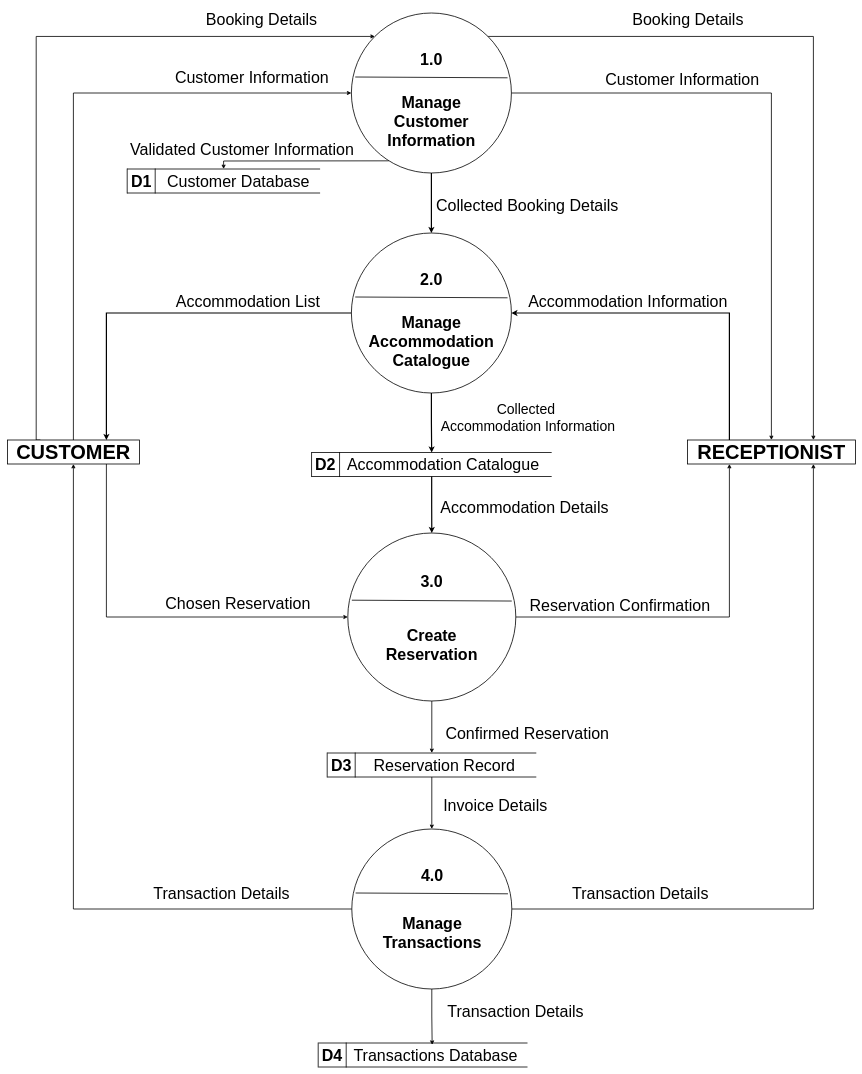
doyaoencab/draw.io keeps this draw.io diagram as CC13/TopLevelDiagram.drawio. Above is the earlier version. Source tidied: cells renumbered, new cells numbered last; positions are measured from the earlier drawing's top-left corner, leaving out a move shared by most shapes. Both pictures are drawn from the tidied source at 40%, with x=0, y=0 at pixel (7, 7).
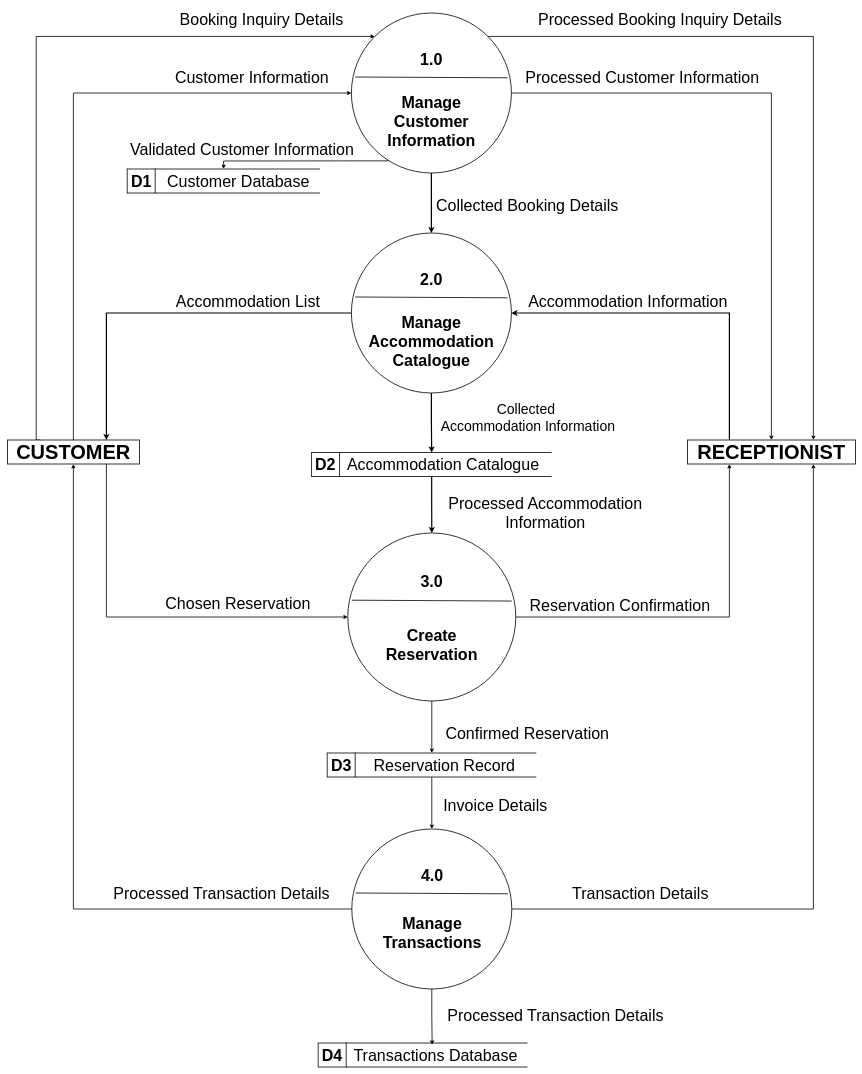
After the change.

What changed in the source:
```diff
@@
-    <mxCell id="45" value="&lt;font style=&quot;font-size: 40px;&quot;&gt;Booking Details&lt;/font&gt;" style="text;html=1;align=center;verticalAlign=middle;strokeColor=none;fillColor=none;" parent="1" vertex="1">
-      <mxGeometry x="485" width="300" height="60" as="geometry" />
+    <mxCell id="45" value="&lt;font style=&quot;font-size: 40px;&quot;&gt;Booking Inquiry Details&lt;/font&gt;" style="text;html=1;align=center;verticalAlign=middle;strokeColor=none;fillColor=none;" parent="1" vertex="1">
+      <mxGeometry x="420" width="430" height="60" as="geometry" />
     </mxCell>
@@
-    <mxCell id="47" value="&lt;font style=&quot;font-size: 40px;&quot;&gt;Booking Details&lt;/font&gt;" style="edgeLabel;html=1;align=center;verticalAlign=middle;fontSize=30;" parent="1" vertex="1">
-      <mxGeometry x="1700" y="30" as="geometry" />
+    <mxCell id="47" value="&lt;font style=&quot;font-size: 40px;&quot;&gt;Processed Booking Inquiry Details&lt;/font&gt;" style="edgeLabel;html=1;align=center;verticalAlign=middle;fontSize=30;" parent="1" vertex="1">
+      <mxGeometry x="1630" y="30" as="geometry" />
     </mxCell>
-    <mxCell id="48" value="&lt;font style=&quot;font-size: 40px;&quot;&gt;Customer Information&lt;/font&gt;" style="edgeLabel;html=1;align=center;verticalAlign=middle;fontSize=30;" parent="1" vertex="1">
-      <mxGeometry x="1700" y="145" as="geometry">
+    <mxCell id="48" value="&lt;font style=&quot;font-size: 40px;&quot;&gt;Processed Customer Information&lt;/font&gt;" style="edgeLabel;html=1;align=center;verticalAlign=middle;fontSize=30;" parent="1" vertex="1">
+      <mxGeometry x="1600" y="140" as="geometry">
         <mxPoint x="-14" y="34" as="offset" />
       </mxGeometry>
     </mxCell>
@@
-    <mxCell id="53" value="&lt;font&gt;Transaction Details&lt;/font&gt;" style="text;html=1;align=center;verticalAlign=middle;strokeColor=none;fillColor=none;fontSize=40;" parent="1" vertex="1">
-      <mxGeometry x="355" y="2186" width="360" height="60" as="geometry" />
+    <mxCell id="53" value="&lt;font&gt;Processed Transaction Details&lt;/font&gt;" style="text;html=1;align=center;verticalAlign=middle;strokeColor=none;fillColor=none;fontSize=40;" parent="1" vertex="1">
+      <mxGeometry x="255" y="2186" width="560" height="60" as="geometry" />
     </mxCell>
@@
-    <mxCell id="62" value="&lt;font style=&quot;font-size: 40px;&quot;&gt;Accommodation Details&lt;/font&gt;" style="text;html=1;align=center;verticalAlign=middle;whiteSpace=wrap;rounded=0;" parent="1" vertex="1">
-      <mxGeometry x="1068" y="1235" width="450" height="30" as="geometry" />
+    <mxCell id="62" value="&lt;font style=&quot;font-size: 40px;&quot;&gt;Processed Accommodation Information&lt;/font&gt;" style="text;html=1;align=center;verticalAlign=middle;whiteSpace=wrap;rounded=0;" parent="1" vertex="1">
+      <mxGeometry x="1069" y="1250" width="552" height="30" as="geometry" />
     </mxCell>
@@
-    <mxCell id="65" value="Transaction Details" style="text;html=1;align=center;verticalAlign=middle;strokeColor=none;fillColor=none;fontSize=40;" parent="1" vertex="1">
-      <mxGeometry x="1090" y="2480" width="360" height="60" as="geometry" />
+    <mxCell id="65" value="Processed Transaction Details" style="text;html=1;align=center;verticalAlign=middle;strokeColor=none;fillColor=none;fontSize=40;" parent="1" vertex="1">
+      <mxGeometry x="1090" y="2490" width="560" height="60" as="geometry" />
     </mxCell>
```
